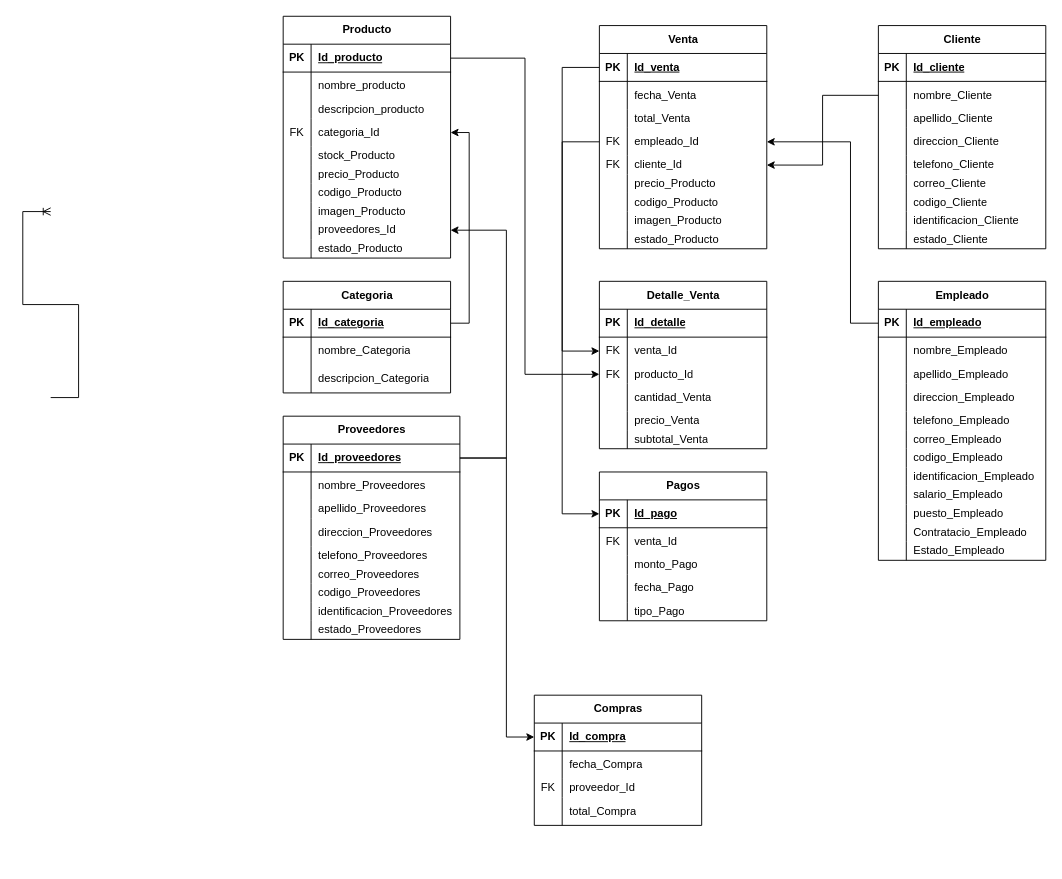
This is Diagrama sin título.drawio from TechPioneerSV/DiagramaPV, a draw.io file, before an edit. Source tidied: cells renumbered, new cells numbered last; positions are measured from the earlier drawing's top-left corner, leaving out a move shared by most shapes. Both pictures are drawn from the tidied source at 93%, with x=0, y=0 at pixel (-192, 16).
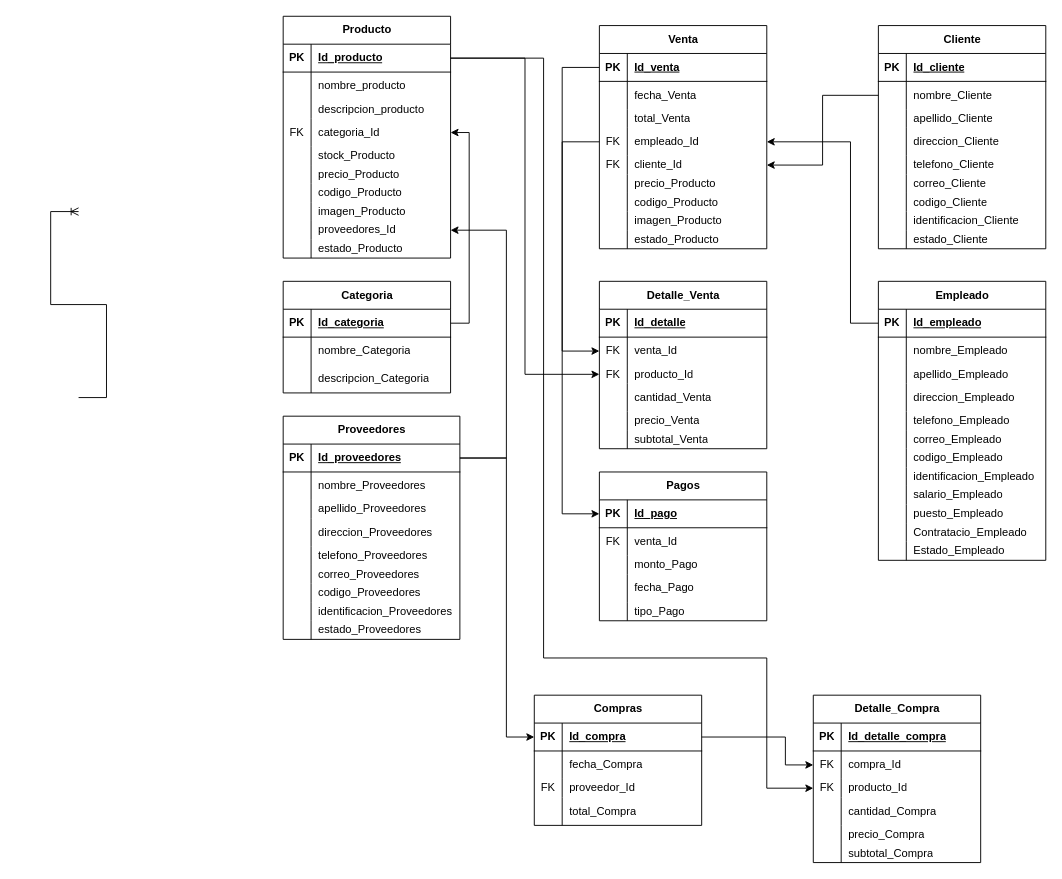
After the change.

The change refers to these unchanged cells:
```xml
<mxCell id="13" style="shape=tableRow;horizontal=0;startSize=0;swimlaneHead=0;swimlaneBody=0;fillColor=none;points=[[0,0.5],[1,0.5]];portConstraint=eastwest;top=0;left=0;right=0;bottom=1;" parent="12" vertex="1">
  <mxGeometry y="30" width="180" height="30" as="geometry" />
</mxCell>
<mxCell id="208" style="shape=tableRow;horizontal=0;startSize=0;swimlaneHead=0;swimlaneBody=0;fillColor=none;points=[[0,0.5],[1,0.5]];portConstraint=eastwest;top=0;left=0;right=0;bottom=1;" parent="207" vertex="1">
  <mxGeometry y="30" width="180" height="30" as="geometry" />
</mxCell>
```

What changed in the source:
```diff
@@
     <mxCell id="43" style="edgeStyle=entityRelationEdgeStyle;fontSize=12;html=1;endArrow=ERoneToMany;rounded=0;entryX=1;entryY=0.5;entryDx=0;entryDy=0;" parent="1" edge="1">
       <mxGeometry relative="1" as="geometry">
-        <mxPoint x="260" y="410" as="sourcePoint" />
-        <mxPoint x="260" y="210" as="targetPoint" />
+        <mxPoint x="290" y="410" as="sourcePoint" />
+        <mxPoint x="290" y="210" as="targetPoint" />
         <Array as="points">
-          <mxPoint x="20" y="255" />
-          <mxPoint y="265" />
+          <mxPoint x="50" y="255" />
+          <mxPoint x="30" y="265" />
         </Array>
       </mxGeometry>
     </mxCell>
@@
+    <mxCell id="221" value="Detalle_Compra" style="shape=table;startSize=30;childLayout=tableLayout;rowLines=0;fontStyle=1;align=center;html=1;" parent="1" vertex="1">
+      <mxGeometry x="1080" y="730" width="180" height="180" as="geometry" />
+    </mxCell>
+    <mxCell id="222" style="shape=tableRow;horizontal=0;startSize=0;swimlaneHead=0;swimlaneBody=0;fillColor=none;top=0;left=0;right=0;bottom=1;" parent="221" vertex="1">
+      <mxGeometry y="30" width="180" height="30" as="geometry" />
+    </mxCell>
+    <mxCell id="223" value="PK" style="shape=partialRectangle;fillColor=none;top=0;left=0;bottom=0;right=0;fontStyle=1;overflow=hidden;whiteSpace=wrap;html=1;" parent="222" vertex="1">
+      <mxGeometry width="30" height="30" as="geometry" />
+    </mxCell>
+    <mxCell id="224" value="Id_detalle_compra" style="shape=partialRectangle;fillColor=none;top=0;left=0;bottom=0;right=0;align=left;spacingLeft=6;fontStyle=5;overflow=hidden;whiteSpace=wrap;html=1;" parent="222" vertex="1">
+      <mxGeometry x="30" width="150" height="30" as="geometry" />
+    </mxCell>
+    <mxCell id="225" style="shape=tableRow;horizontal=0;startSize=0;swimlaneHead=0;swimlaneBody=0;fillColor=none;points=[[0,0.5],[1,0.5]];portConstraint=eastwest;top=0;left=0;right=0;bottom=0;" parent="221" vertex="1">
+      <mxGeometry y="60" width="180" height="30" as="geometry" />
+    </mxCell>
+    <mxCell id="226" value="FK" style="shape=partialRectangle;fillColor=none;top=0;left=0;bottom=0;right=0;overflow=hidden;whiteSpace=wrap;html=1;" parent="225" vertex="1">
+      <mxGeometry width="30" height="30" as="geometry" />
+    </mxCell>
+    <mxCell id="227" value="compra_Id" style="shape=partialRectangle;fillColor=none;top=0;left=0;bottom=0;right=0;align=left;spacingLeft=6;overflow=hidden;whiteSpace=wrap;html=1;" parent="225" vertex="1">
+      <mxGeometry x="30" width="150" height="30" as="geometry" />
+    </mxCell>
+    <mxCell id="228" style="shape=tableRow;horizontal=0;startSize=0;swimlaneHead=0;swimlaneBody=0;fillColor=none;points=[[0,0.5],[1,0.5]];portConstraint=eastwest;top=0;left=0;right=0;bottom=0;" parent="221" vertex="1">
+      <mxGeometry y="90" width="180" height="20" as="geometry" />
+    </mxCell>
+    <mxCell id="229" value="FK" style="shape=partialRectangle;fillColor=none;top=0;left=0;bottom=0;right=0;overflow=hidden;whiteSpace=wrap;html=1;" parent="228" vertex="1">
+      <mxGeometry width="30" height="20" as="geometry" />
+    </mxCell>
+    <mxCell id="230" value="&lt;div&gt;producto_Id&lt;/div&gt;" style="shape=partialRectangle;fillColor=none;top=0;left=0;bottom=0;right=0;align=left;spacingLeft=6;overflow=hidden;whiteSpace=wrap;html=1;" parent="228" vertex="1">
+      <mxGeometry x="30" width="150" height="20" as="geometry" />
+    </mxCell>
+    <mxCell id="231" style="shape=tableRow;horizontal=0;startSize=0;swimlaneHead=0;swimlaneBody=0;fillColor=none;top=0;left=0;right=0;bottom=0;" parent="221" vertex="1">
+      <mxGeometry y="110" width="180" height="30" as="geometry" />
+    </mxCell>
+    <mxCell id="232" style="shape=partialRectangle;fillColor=none;top=0;left=0;bottom=0;right=0;fontStyle=0;overflow=hidden;whiteSpace=wrap;html=1;" parent="231" vertex="1">
+      <mxGeometry width="30" height="30" as="geometry" />
+    </mxCell>
+    <mxCell id="233" value="cantidad_Compra" style="shape=partialRectangle;fillColor=none;top=0;left=0;bottom=0;right=0;align=left;spacingLeft=6;fontStyle=0;overflow=hidden;whiteSpace=wrap;html=1;" parent="231" vertex="1">
+      <mxGeometry x="30" width="150" height="30" as="geometry" />
+    </mxCell>
+    <mxCell id="234" style="shape=tableRow;horizontal=0;startSize=0;swimlaneHead=0;swimlaneBody=0;fillColor=none;top=0;left=0;right=0;bottom=0;" parent="221" vertex="1">
+      <mxGeometry y="140" width="180" height="20" as="geometry" />
+    </mxCell>
+    <mxCell id="235" style="shape=partialRectangle;fillColor=none;top=0;left=0;bottom=0;right=0;overflow=hidden;whiteSpace=wrap;html=1;" parent="234" vertex="1">
+      <mxGeometry width="30" height="20" as="geometry" />
+    </mxCell>
+    <mxCell id="236" value="precio_Compra" style="shape=partialRectangle;fillColor=none;top=0;left=0;bottom=0;right=0;align=left;spacingLeft=6;overflow=hidden;whiteSpace=wrap;html=1;" parent="234" vertex="1">
+      <mxGeometry x="30" width="150" height="20" as="geometry" />
+    </mxCell>
+    <mxCell id="237" style="shape=tableRow;horizontal=0;startSize=0;swimlaneHead=0;swimlaneBody=0;fillColor=none;top=0;left=0;right=0;bottom=0;" parent="221" vertex="1">
+      <mxGeometry y="160" width="180" height="20" as="geometry" />
+    </mxCell>
+    <mxCell id="238" style="shape=partialRectangle;fillColor=none;top=0;left=0;bottom=0;right=0;overflow=hidden;whiteSpace=wrap;html=1;" parent="237" vertex="1">
+      <mxGeometry width="30" height="20" as="geometry" />
+    </mxCell>
+    <mxCell id="239" value="subtotal_Compra" style="shape=partialRectangle;fillColor=none;top=0;left=0;bottom=0;right=0;align=left;spacingLeft=6;overflow=hidden;whiteSpace=wrap;html=1;" parent="237" vertex="1">
+      <mxGeometry x="30" width="150" height="20" as="geometry" />
+    </mxCell>
+    <mxCell id="240" style="edgeStyle=orthogonalEdgeStyle;rounded=0;jettySize=auto;html=1;exitX=1;exitY=0.5;exitDx=0;exitDy=0;" parent="1" edge="1" source="208" target="225">
+      <mxGeometry relative="1" as="geometry">
+        <Array as="points">
+          <mxPoint x="1050" y="775" />
+          <mxPoint x="1050" y="805" />
+        </Array>
+      </mxGeometry>
+    </mxCell>
+    <mxCell id="241" style="edgeStyle=orthogonalEdgeStyle;rounded=0;jettySize=auto;html=1;exitX=1;exitY=0.5;exitDx=0;exitDy=0;entryX=0;entryY=0.5;entryDx=0;entryDy=0;" parent="1" edge="1" source="13" target="228">
+      <mxGeometry relative="1" as="geometry">
+        <Array as="points">
+          <mxPoint x="790" y="45" />
+          <mxPoint x="790" y="690" />
+          <mxPoint x="1030" y="690" />
+          <mxPoint x="1030" y="830" />
+        </Array>
+      </mxGeometry>
+    </mxCell>
```
